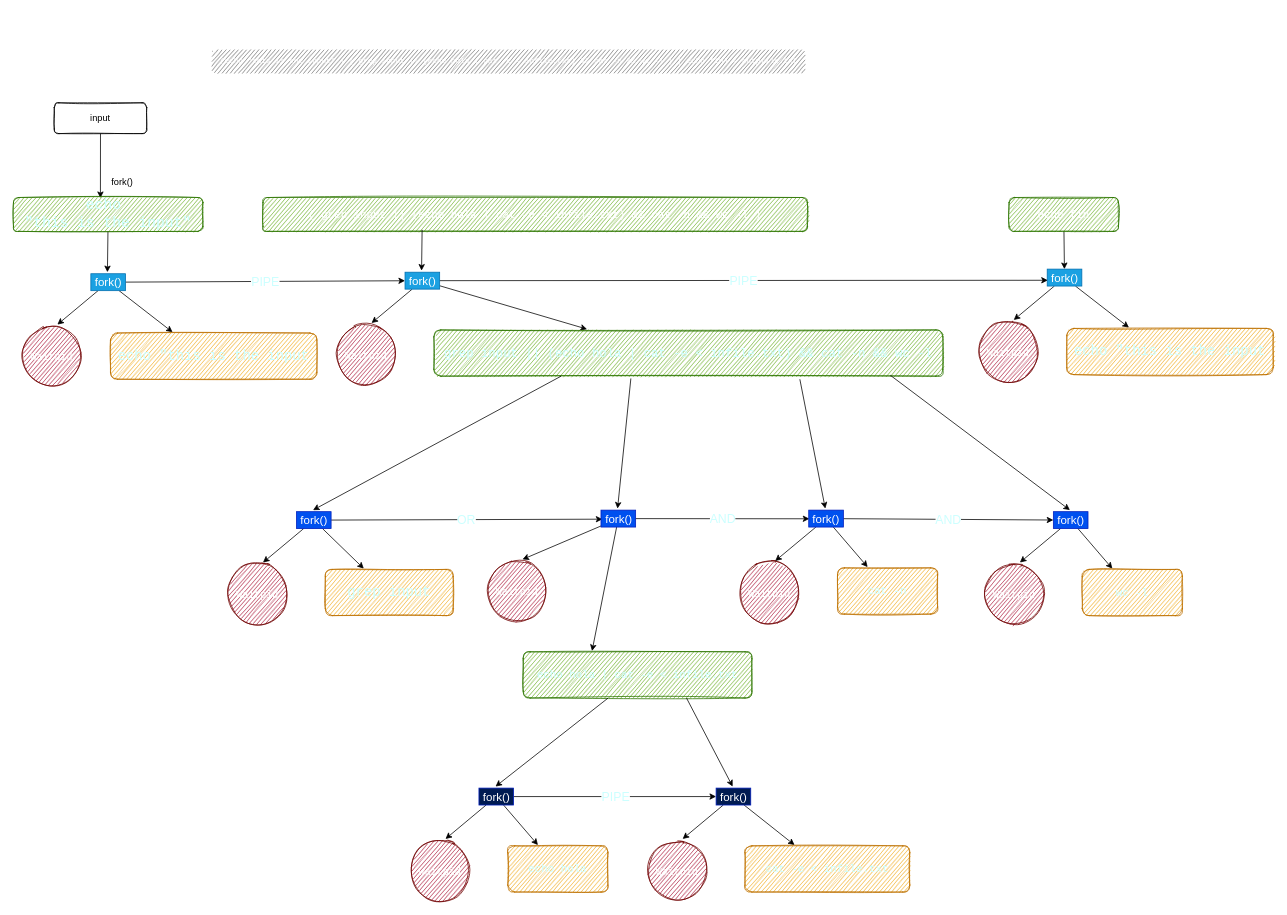
This is flowcharts/subshell.drawio from ChewyToast/03_minishell, a draw.io file, before an edit. Source tidied: cells renumbered, new cells numbered last; positions are measured from the earlier drawing's top-left corner, leaving out a move shared by most shapes. Both pictures are drawn from the tidied source at 77%, with x=0, y=0 at pixel (13, 49).
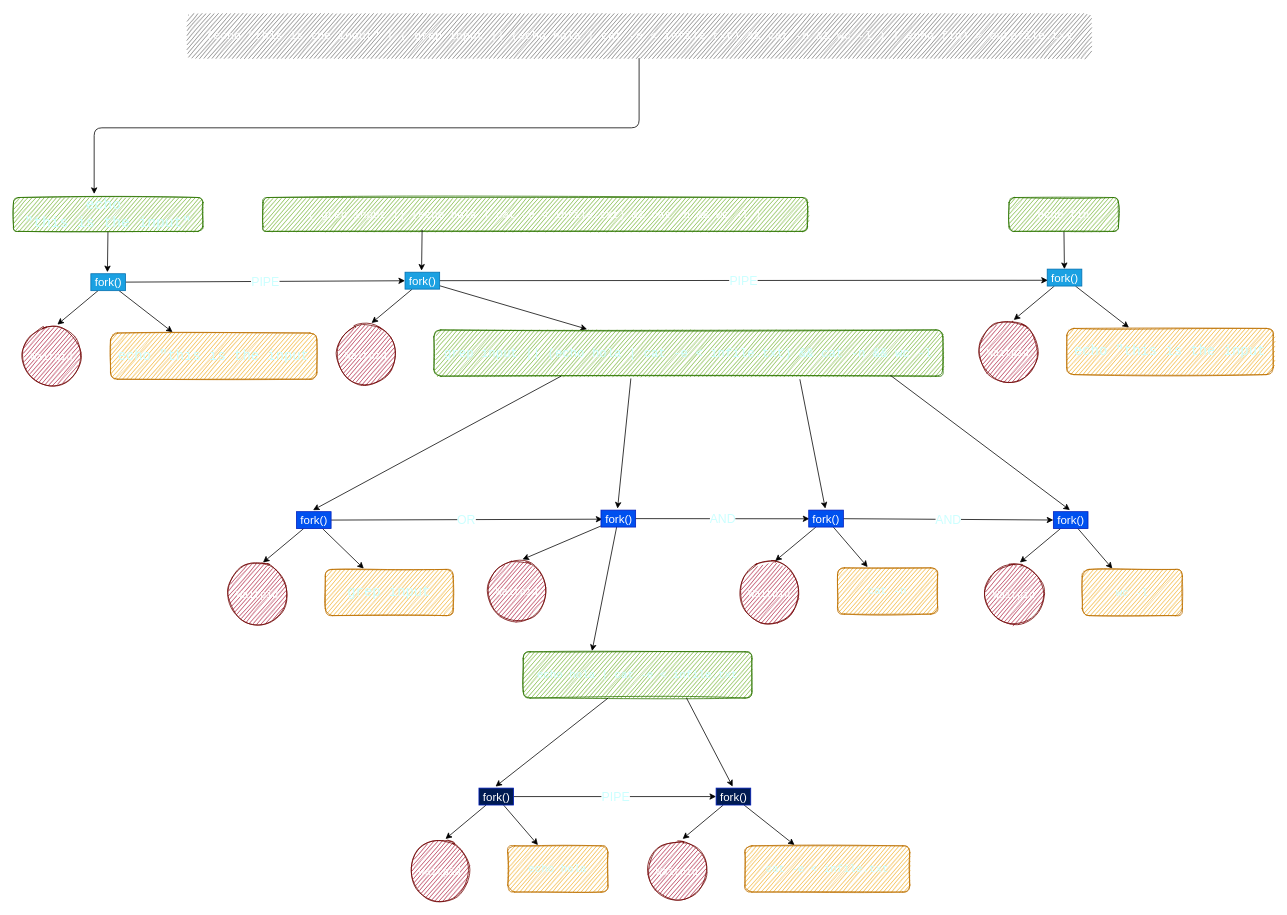
The same diagram, later.

Commit message:
subshell flowchart

The change refers to these unchanged cells:
```xml
<mxCell id="7" value="&lt;span style=&quot;font-size: 19px;&quot;&gt;echo&amp;nbsp;&lt;/span&gt;&lt;br style=&quot;font-size: 19px;&quot;&gt;&lt;span style=&quot;font-size: 19px;&quot;&gt;&quot;this is the input&quot;&lt;/span&gt;" style="rounded=1;whiteSpace=wrap;html=1;sketch=1;fontFamily=Courier New;fontSize=19;fontColor=#CCFFFF;strokeColor=#2D7600;fillColor=#60a917;" parent="1" vertex="1">
  <mxGeometry y="192" width="246" height="44" as="geometry" />
</mxCell>
```

What changed in the source:
```diff
@@
-    <mxCell id="2" style="edgeStyle=none;html=1;exitX=0.5;exitY=1;exitDx=0;exitDy=0;entryX=0.459;entryY=0.017;entryDx=0;entryDy=0;entryPerimeter=0;" parent="1" edge="1" source="3" target="7">
-      <mxGeometry relative="1" as="geometry" />
-    </mxCell>
-    <mxCell id="3" value="input" style="rounded=1;whiteSpace=wrap;html=1;fontSize=12;glass=0;strokeWidth=1;shadow=0;sketch=1;" parent="1" vertex="1">
-      <mxGeometry x="53" y="69" width="120" height="40" as="geometry" />
-    </mxCell>
+    <mxCell id="69" style="edgeStyle=orthogonalEdgeStyle;html=1;fontSize=15;entryX=0.426;entryY=-0.104;entryDx=0;entryDy=0;entryPerimeter=0;" parent="1" edge="1" source="4" target="7">
+      <mxGeometry relative="1" as="geometry" />
+    </mxCell>
-    <mxCell id="4" value="&lt;font style=&quot;font-size: 10px;&quot;&gt;(echo &quot;this is the input&quot; | ( grep input || (echo hola | cat -e &amp;lt; infile.txt) &amp;amp;&amp;amp; cat -n &amp;amp;&amp;amp; wc -l ) | echo fin) &amp;gt; outpfile.txt&lt;/font&gt;" style="text;html=1;align=center;verticalAlign=middle;points=[];fillColor=#616161;strokeColor=none;fontColor=#FFFFFF;fontFamily=Courier New;fontSize=10;sketch=1;rounded=1;" parent="1" vertex="1">
-      <mxGeometry x="258" width="770" height="30" as="geometry" />
+    <mxCell id="4" value="&lt;font style=&quot;font-size: 15px&quot;&gt;(echo &quot;this is the input&quot; | ( grep input || (echo hola | cat -e &amp;lt; infile.txt) &amp;amp;&amp;amp; cat -n &amp;amp;&amp;amp; wc -l ) | echo fin) &amp;gt; outpfile.txt&lt;/font&gt;" style="text;html=1;align=center;verticalAlign=middle;points=[];fillColor=#616161;strokeColor=none;fontColor=#FFFFFF;fontFamily=Courier New;fontSize=10;sketch=1;rounded=1;spacingTop=0;spacing=20;" parent="1" vertex="1">
+      <mxGeometry x="225" y="-47" width="1175" height="58" as="geometry" />
     </mxCell>
@@
-    <mxCell id="8" value="fork()" style="text;html=1;align=center;verticalAlign=middle;strokeColor=none;fillColor=none;" parent="1" vertex="1">
-      <mxGeometry x="122" y="163" width="38" height="18" as="geometry" />
-    </mxCell>
```
